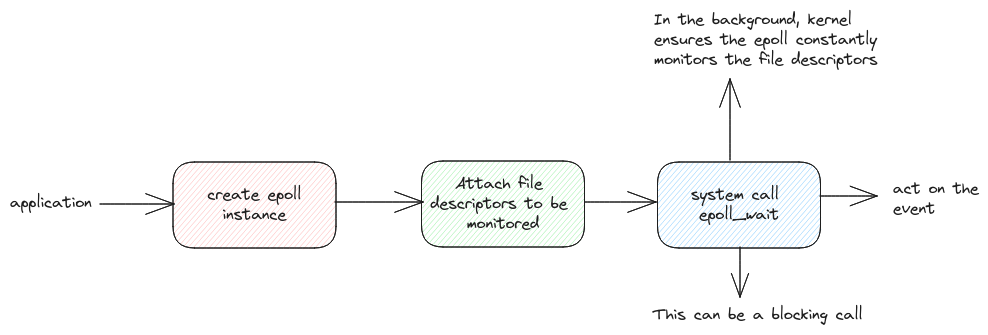
swaroopar/inprogress-engineer keeps this Excalidraw diagram as static/img/epoll.excalidraw.png. Above is the earlier version. Source tidied: one line per element, renumbered; positions are measured from the earlier drawing's top-left corner, leaving out a move shared by most shapes.
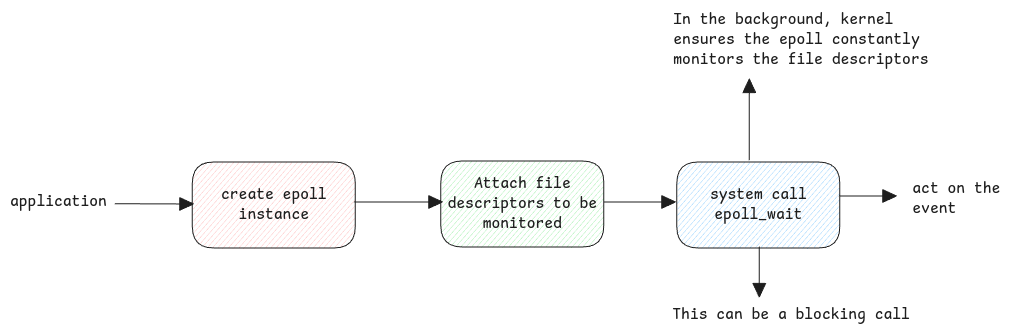
Above is the later version.

Diff of the diagram source:
```diff
@@ -1,16 +1,16 @@
 {"id": 0, "type": "rectangle", "strokeColor": "#1e1e1e", "backgroundColor": "#ffc9c9", "fillStyle": "hachure", "strokeWidth": 1, "roughness": 0, "round": true, "x": 163, "y": 152, "width": 163, "height": 86}
-{"id": 1, "type": "text", "text": "create epoll\ninstance", "strokeColor": "#1e1e1e", "strokeWidth": 2, "roughness": 1, "fontSize": 16, "fontFamily": 1, "textAlign": "center", "verticalAlign": "middle", "inside": 0, "x": 197, "y": 175, "width": 94, "height": 40}
+{"id": 1, "type": "text", "text": "create epoll\ninstance", "strokeColor": "#1e1e1e", "strokeWidth": 2, "roughness": 1, "fontSize": 16, "fontFamily": 8, "textAlign": "center", "verticalAlign": "middle", "inside": 0, "x": 192, "y": 175, "width": 106, "height": 40}
 {"id": 2, "type": "rectangle", "strokeColor": "#1e1e1e", "backgroundColor": "#b2f2bb", "fillStyle": "hachure", "strokeWidth": 1, "roughness": 0, "round": true, "x": 412, "y": 151, "width": 163, "height": 86}
-{"id": 3, "type": "text", "text": "Attach file \ndescriptors to be \nmonitored", "strokeColor": "#1e1e1e", "strokeWidth": 2, "roughness": 1, "fontSize": 16, "fontFamily": 1, "textAlign": "center", "verticalAlign": "middle", "inside": 2, "x": 420, "y": 164, "width": 145, "height": 60}
+{"id": 3, "type": "text", "text": "Attach file\ndescriptors to be\nmonitored", "strokeColor": "#1e1e1e", "strokeWidth": 2, "roughness": 1, "fontSize": 16, "fontFamily": 8, "textAlign": "center", "verticalAlign": "middle", "inside": 2, "x": 418, "y": 164, "width": 150, "height": 60}
 {"id": 4, "type": "rectangle", "strokeColor": "#1e1e1e", "backgroundColor": "#a5d8ff", "fillStyle": "hachure", "strokeWidth": 1, "roughness": 0, "round": true, "x": 648, "y": 152, "width": 163, "height": 86}
-{"id": 5, "type": "text", "text": "system call \nepoll_wait", "strokeColor": "#1e1e1e", "strokeWidth": 2, "roughness": 1, "fontSize": 16, "fontFamily": 1, "textAlign": "center", "verticalAlign": "middle", "inside": 4, "x": 681, "y": 175, "width": 96, "height": 40}
+{"id": 5, "type": "text", "text": "system call\nepoll_wait", "strokeColor": "#1e1e1e", "strokeWidth": 2, "roughness": 1, "fontSize": 16, "fontFamily": 8, "textAlign": "center", "verticalAlign": "middle", "inside": 4, "x": 681, "y": 175, "width": 97, "height": 40}
-{"id": 6, "type": "arrow", "strokeColor": "#1e1e1e", "strokeWidth": 1, "roughness": 0, "endArrowhead": "arrow", "round": true, "x": 325, "y": 192, "width": 88, "height": 0, "points": [[0, 0], [88, 0]]}
+{"id": 6, "type": "arrow", "strokeColor": "#1e1e1e", "strokeWidth": 1, "roughness": 0, "endArrowhead": "triangle", "round": true, "x": 325, "y": 192, "width": 88, "height": 0, "points": [[0, 0], [88, 0]]}
-{"id": 7, "type": "arrow", "strokeColor": "#1e1e1e", "strokeWidth": 1, "roughness": 0, "endArrowhead": "arrow", "round": true, "x": 575, "y": 192, "width": 71, "height": 0, "points": [[0, 0], [71, 0]]}
+{"id": 7, "type": "arrow", "strokeColor": "#1e1e1e", "strokeWidth": 1, "roughness": 0, "endArrowhead": "triangle", "round": true, "x": 575, "y": 192, "width": 71, "height": 0, "points": [[0, 0], [71, 0]]}
-{"id": 8, "type": "arrow", "strokeColor": "#1e1e1e", "strokeWidth": 1, "roughness": 0, "endArrowhead": "arrow", "round": true, "x": 810, "y": 186, "width": 57, "height": 0, "points": [[0, 0], [57, 0]]}
+{"id": 8, "type": "arrow", "strokeColor": "#1e1e1e", "strokeWidth": 1, "roughness": 0, "endArrowhead": "triangle", "round": true, "x": 810, "y": 186, "width": 57, "height": 0, "points": [[0, 0], [57, 0]]}
-{"id": 9, "type": "text", "text": "act on the\nevent", "strokeColor": "#1e1e1e", "strokeWidth": 1, "roughness": 0, "fontSize": 16, "fontFamily": 1, "x": 883, "y": 169, "width": 86, "height": 40}
+{"id": 9, "type": "text", "text": "act on the\nevent", "strokeColor": "#1e1e1e", "strokeWidth": 1, "roughness": 0, "fontSize": 16, "fontFamily": 8, "x": 883, "y": 169, "width": 88, "height": 40}
-{"id": 10, "type": "text", "text": "application", "strokeColor": "#1e1e1e", "strokeWidth": 1, "roughness": 0, "fontSize": 16, "fontFamily": 1, "x": 0, "y": 182, "width": 82, "height": 20}
+{"id": 10, "type": "text", "text": "application", "strokeColor": "#1e1e1e", "strokeWidth": 1, "roughness": 0, "fontSize": 16, "fontFamily": 8, "x": -19, "y": 182, "width": 97, "height": 20}
-{"id": 11, "type": "arrow", "strokeColor": "#1e1e1e", "strokeWidth": 1, "roughness": 0, "endArrowhead": "arrow", "round": true, "from": 10, "x": 90, "y": 194, "width": 74, "height": 0, "points": [[0, 0], [74, 0]]}
+{"id": 11, "type": "arrow", "strokeColor": "#1e1e1e", "strokeWidth": 1, "roughness": 0, "endArrowhead": "triangle", "round": true, "from": 10, "x": 86, "y": 194, "width": 78, "height": 0, "points": [[0, 0], [78, 0]]}
-{"id": 12, "type": "arrow", "strokeColor": "#1e1e1e", "strokeWidth": 1, "roughness": 0, "endArrowhead": "arrow", "round": true, "to": 13, "x": 730, "y": 237, "width": 0, "height": 50, "points": [[0, 0], [0, 50]]}
+{"id": 12, "type": "arrow", "strokeColor": "#1e1e1e", "strokeWidth": 1, "roughness": 0, "endArrowhead": "triangle", "round": true, "to": 13, "x": 730, "y": 237, "width": 0, "height": 50, "points": [[0, 0], [0, 50]]}
-{"id": 13, "type": "text", "text": "This can be a blocking call", "strokeColor": "#1e1e1e", "strokeWidth": 1, "roughness": 0, "fontSize": 16, "fontFamily": 1, "x": 643, "y": 295, "width": 210, "height": 20}
+{"id": 13, "type": "text", "text": "This can be a blocking call", "strokeColor": "#1e1e1e", "strokeWidth": 1, "roughness": 0, "fontSize": 16, "fontFamily": 8, "x": 643, "y": 295, "width": 238, "height": 20}
-{"id": 14, "type": "arrow", "strokeColor": "#1e1e1e", "backgroundColor": "#a5d8ff", "fillStyle": "hachure", "strokeWidth": 1, "roughness": 0, "endArrowhead": "arrow", "round": true, "x": 720, "y": 150, "width": 0, "height": 81, "points": [[0, 0], [0, -81]]}
+{"id": 14, "type": "arrow", "strokeColor": "#1e1e1e", "backgroundColor": "#a5d8ff", "fillStyle": "hachure", "strokeWidth": 1, "roughness": 0, "endArrowhead": "triangle", "round": true, "x": 720, "y": 150, "width": 0, "height": 81, "points": [[0, 0], [0, -81]]}
-{"id": 15, "type": "text", "text": "In the background, kernel \nensures the epoll constantly \nmonitors the file descriptors", "strokeColor": "#1e1e1e", "backgroundColor": "#a5d8ff", "fillStyle": "hachure", "strokeWidth": 1, "roughness": 0, "fontSize": 16, "fontFamily": 1, "x": 644, "y": 0, "width": 231, "height": 60}
+{"id": 15, "type": "text", "text": "In the background, kernel \nensures the epoll constantly \nmonitors the file descriptors", "strokeColor": "#1e1e1e", "backgroundColor": "#a5d8ff", "fillStyle": "hachure", "strokeWidth": 1, "roughness": 0, "fontSize": 16, "fontFamily": 8, "x": 644, "y": 0, "width": 255, "height": 60}
```
